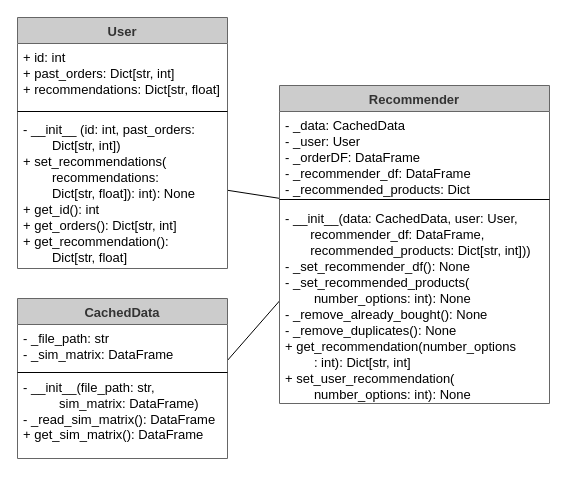
The draw.io diagram docs/Class.drawio in steffenkk/recommendation-app, before the edit. Source tidied: cells renumbered, new cells numbered last; positions are measured from the earlier drawing's top-left corner, leaving out a move shared by most shapes. Both pictures are drawn from the tidied source at 100%, with x=0, y=0 at pixel (17, 17).
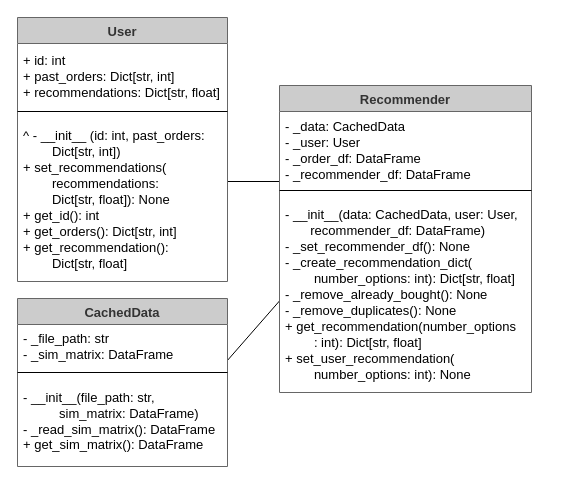
The same diagram, later.

Change to the diagram source:
```diff
@@
 <mxGraphModel>
   <root>
     <mxCell id="0" />
     <mxCell id="1" parent="0" />
-    <mxCell id="2" style="endArrow=none;html=1;fontSize=13;entryX=0.013;entryY=-0.023;entryDx=0;entryDy=0;entryPerimeter=0;" parent="1" edge="1" target="15">
+    <mxCell id="2" style="endArrow=none;html=1;fontSize=13;" parent="1" edge="1">
       <mxGeometry relative="1" as="geometry">
-        <mxPoint x="205" y="172" as="sourcePoint" />
+        <mxPoint x="205" y="164" as="sourcePoint" />
+        <mxPoint x="265" y="164" as="targetPoint" />
       </mxGeometry>
     </mxCell>
     <mxCell id="3" style="endArrow=none;html=1;fontSize=13;" parent="1" edge="1">
       <mxGeometry relative="1" as="geometry">
         <mxPoint x="202" y="352" as="sourcePoint" />
         <mxPoint x="272" y="272" as="targetPoint" />
       </mxGeometry>
     </mxCell>
     <mxCell id="4" value="User" style="swimlane;fontStyle=1;align=center;verticalAlign=top;horizontal=1;startSize=26;shadow=0;strokeWidth=1;strokeColor=#666666;fontColor=#333333;fontSize=13;fillColor=#CCCCCC;swimlaneFillColor=#ffffff;" parent="1" vertex="1">
-      <mxGeometry width="210" height="251" as="geometry" />
+      <mxGeometry width="210" height="264" as="geometry" />
     </mxCell>
-    <mxCell id="5" value="+ id: int&#10;+ past_orders: Dict[str, int]&#10;+ recommendations: Dict[str, float]" style="text;align=left;verticalAlign=top;spacingLeft=4;spacingRight=4;overflow=hidden;fontSize=13;" parent="4" vertex="1">
+    <mxCell id="5" value="+ id: int&#10;+ past_orders: Dict[str, int]&#10;+ recommendations: Dict[str, float]" style="text;align=left;verticalAlign=middle;spacingLeft=4;spacingRight=4;overflow=hidden;fontSize=13;spacingTop=1;" parent="4" vertex="1">
       <mxGeometry y="26" width="210" height="64" as="geometry" />
     </mxCell>
     <mxCell id="6" style="line;html=1;strokeWidth=1;align=left;verticalAlign=middle;spacingTop=-1;spacingLeft=3;spacingRight=3;labelPosition=right;fontSize=13;" parent="4" vertex="1">
       <mxGeometry y="90" width="210" height="8" as="geometry" />
     </mxCell>
-    <mxCell id="7" value="- __init__ (id: int, past_orders: &#10;        Dict[str, int])&#10;+ set_recommendations(&#10;        recommendations: &#10;        Dict[str, float]): int): None&#10;+ get_id(): int&#10;+ get_orders(): Dict[str, int]&#10;+ get_recommendation(): &#10;        Dict[str, float]" style="text;align=left;verticalAlign=top;spacingLeft=4;spacingRight=4;overflow=hidden;fontSize=13;" parent="4" vertex="1">
-      <mxGeometry y="98" width="210" height="153" as="geometry" />
+    <mxCell id="7" value="^ - __init__ (id: int, past_orders: &#10;        Dict[str, int])&#10;+ set_recommendations(&#10;        recommendations: &#10;        Dict[str, float]): None&#10;+ get_id(): int&#10;+ get_orders(): Dict[str, int]&#10;+ get_recommendation(): &#10;        Dict[str, float]" style="text;align=left;verticalAlign=middle;spacingLeft=4;spacingRight=4;overflow=hidden;fontSize=13;spacingTop=1;" parent="4" vertex="1">
+      <mxGeometry y="98" width="210" height="166" as="geometry" />
     </mxCell>
     <mxCell id="8" value="CachedData" style="swimlane;fontStyle=1;align=center;verticalAlign=top;horizontal=1;startSize=26;shadow=0;strokeWidth=1;strokeColor=#666666;fontColor=#333333;fontSize=13;fillColor=#CCCCCC;swimlaneFillColor=#ffffff;" parent="1" vertex="1">
-      <mxGeometry y="281" width="210" height="160" as="geometry" />
+      <mxGeometry y="281" width="210" height="168" as="geometry" />
     </mxCell>
     <mxCell id="9" value="- _file_path: str&#10;- _sim_matrix: DataFrame" style="text;align=left;verticalAlign=top;spacingLeft=4;spacingRight=4;overflow=hidden;fontSize=13;" parent="8" vertex="1">
       <mxGeometry y="26" width="210" height="44" as="geometry" />
     </mxCell>
     <mxCell id="10" style="line;html=1;strokeWidth=1;align=left;verticalAlign=middle;spacingTop=-1;spacingLeft=3;spacingRight=3;labelPosition=right;fontSize=13;" parent="8" vertex="1">
       <mxGeometry y="70" width="210" height="8" as="geometry" />
     </mxCell>
-    <mxCell id="11" value="- __init__(file_path: str, &lt;br style=&quot;font-size: 13px;&quot;&gt;&amp;nbsp; &amp;nbsp; &amp;nbsp; &amp;nbsp; &amp;nbsp; sim_matrix: DataFrame)&lt;br style=&quot;font-size: 13px;&quot;&gt;- _read_sim_matrix(): DataFrame&lt;br style=&quot;font-size: 13px;&quot;&gt;+ get_sim_matrix(): DataFrame" style="text;html=1;align=left;verticalAlign=middle;spacingLeft=4;fontSize=13;" parent="8" vertex="1">
-      <mxGeometry y="78" width="210" height="70" as="geometry" />
+    <mxCell id="11" value="&lt;p style=&quot;line-height: 120%&quot;&gt;- __init__(file_path: str, &lt;br style=&quot;font-size: 13px&quot;&gt;&amp;nbsp; &amp;nbsp; &amp;nbsp; &amp;nbsp; &amp;nbsp; sim_matrix: DataFrame)&lt;br style=&quot;font-size: 13px&quot;&gt;- _read_sim_matrix(): DataFrame&lt;br style=&quot;font-size: 13px&quot;&gt;+ get_sim_matrix(): DataFrame&lt;/p&gt;" style="text;html=1;align=left;verticalAlign=middle;spacingLeft=4;fontSize=13;" parent="8" vertex="1">
+      <mxGeometry y="78" width="210" height="90" as="geometry" />
     </mxCell>
     <mxCell id="12" value="Recommender" style="swimlane;fontStyle=1;align=center;verticalAlign=top;horizontal=1;startSize=26;shadow=0;strokeWidth=1;strokeColor=#666666;fontColor=#333333;fontSize=13;fillColor=#CCCCCC;swimlaneFillColor=#ffffff;" parent="1" vertex="1">
-      <mxGeometry x="262" y="68" width="270" height="318" as="geometry" />
+      <mxGeometry x="262" y="68" width="252" height="307" as="geometry" />
     </mxCell>
-    <mxCell id="13" value="- _data: CachedData&#10;- _user: User&#10;- _orderDF: DataFrame&#10;- _recommender_df: DataFrame&#10;- _recommended_products: Dict" style="text;align=left;verticalAlign=top;spacingLeft=4;spacingRight=4;overflow=hidden;shadow=0;html=0;fontSize=13;" parent="12" vertex="1">
-      <mxGeometry y="26" width="270" height="84" as="geometry" />
+    <mxCell id="13" value="- _data: CachedData&#10;- _user: User&#10;- _order_df: DataFrame&#10;- _recommender_df: DataFrame" style="text;align=left;verticalAlign=middle;spacingLeft=4;spacingRight=4;overflow=hidden;shadow=0;html=0;fontSize=13;spacingTop=1;" parent="12" vertex="1">
+      <mxGeometry y="26" width="252" height="75" as="geometry" />
     </mxCell>
     <mxCell id="14" style="line;html=1;strokeWidth=1;align=left;verticalAlign=middle;spacingTop=-1;spacingLeft=3;spacingRight=3;labelPosition=right;fontSize=13;" parent="12" vertex="1">
-      <mxGeometry y="110" width="270" height="8" as="geometry" />
+      <mxGeometry y="101" width="252" height="8" as="geometry" />
     </mxCell>
-    <mxCell id="15" value="- __init__(data: CachedData, user: User, &#10;       recommender_df: DataFrame, &#10;       recommended_products: Dict[str, int]))&#10;- _set_recommender_df(): None&#10;- _set_recommended_products(&#10;        number_options: int): None&#10;- _remove_already_bought(): None&#10;- _remove_duplicates(): None&#10;+ get_recommendation(number_options&#10;        : int): Dict[str, int]&#10;+ set_user_recommendation(&#10;        number_options: int): None" style="text;align=left;verticalAlign=top;spacingLeft=4;spacingRight=4;overflow=hidden;points=[[0,0.5],[1,0.5]];portConstraint=eastwest;spacingTop=1;spacing=2;fontSize=13;" parent="12" vertex="1">
-      <mxGeometry y="118" width="270" height="200" as="geometry" />
+    <mxCell id="15" value="- __init__(data: CachedData, user: User, &#10;       recommender_df: DataFrame)&#10;- _set_recommender_df(): None&#10;- _create_recommendation_dict(&#10;        number_options: int): Dict[str, float]&#10;- _remove_already_bought(): None&#10;- _remove_duplicates(): None&#10;+ get_recommendation(number_options&#10;        : int): Dict[str, float]&#10;+ set_user_recommendation(&#10;        number_options: int): None" style="text;align=left;verticalAlign=middle;spacingLeft=4;spacingRight=4;overflow=hidden;points=[[0,0.5],[1,0.5]];portConstraint=eastwest;spacingTop=1;spacing=2;fontSize=13;horizontal=1;" parent="12" vertex="1">
+      <mxGeometry y="109" width="252" height="198" as="geometry" />
     </mxCell>
   </root>
 </mxGraphModel>
```
